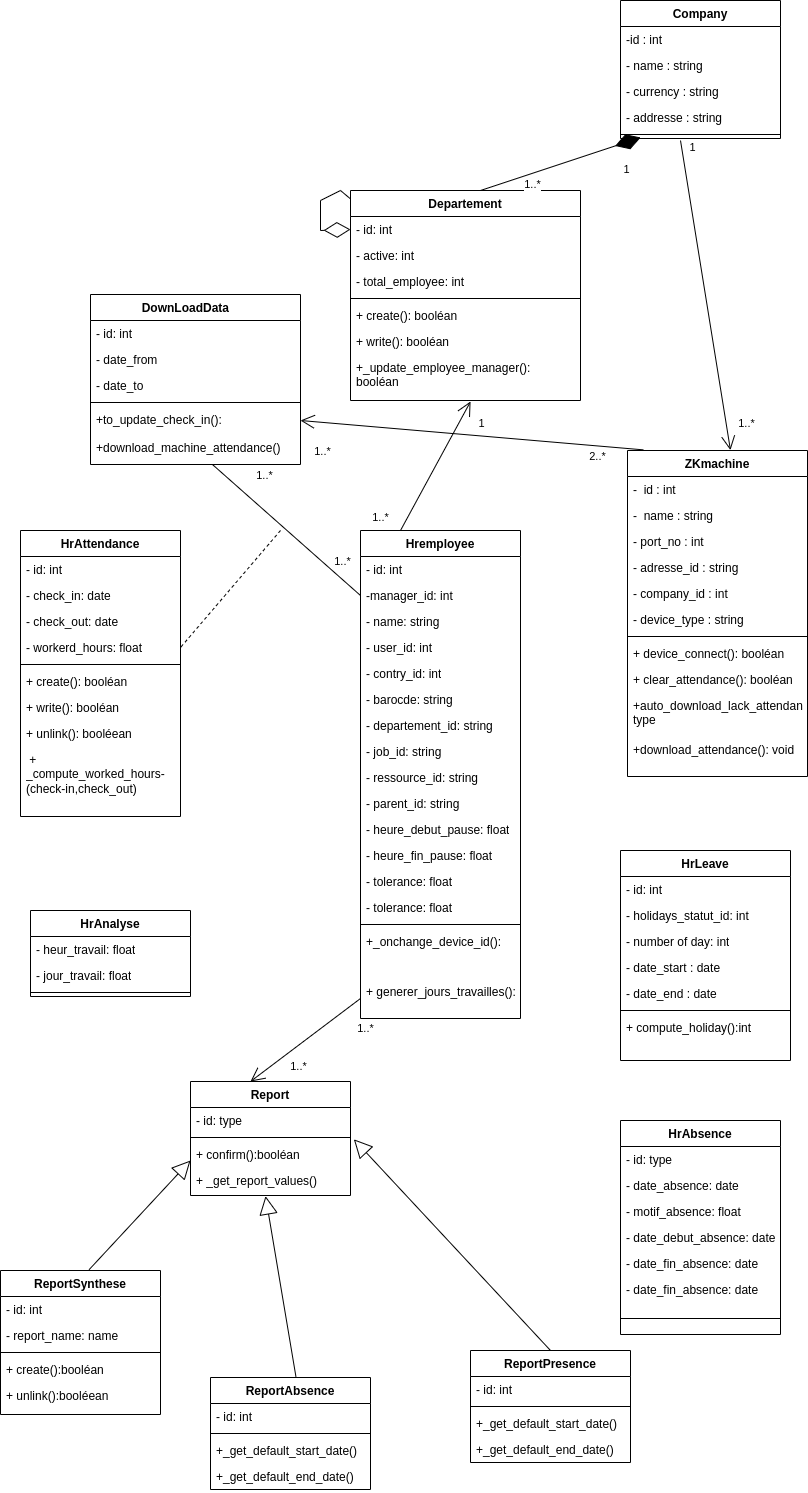
Siluearsene/borne_biometrique keeps this draw.io diagram as static/Diagramme de classe.drawio.png. Above is the earlier version. Source tidied: cells renumbered, new cells last; positions are measured from the earlier drawing's top-left corner, leaving out a move shared by most shapes.
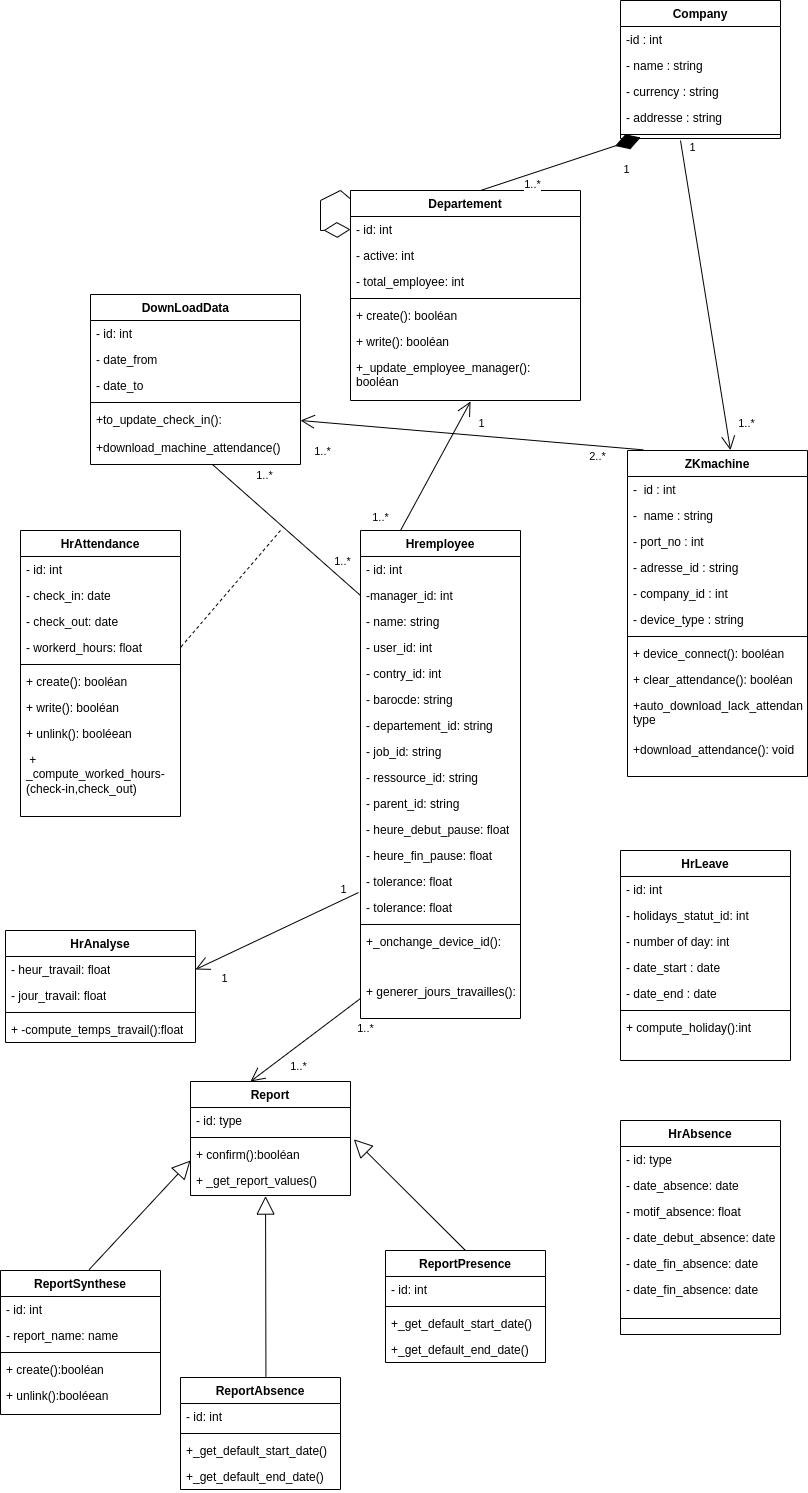
Above is the later version.

Commit message:
Mettre à jour Diagramme de classe.drawio.png

Diff of the diagram source:
```diff
@@ -87,17 +87,20 @@
       <mxGeometry y="164" width="170" height="46" as="geometry" />
     </mxCell>
     <mxCell id="30" value="HrAnalyse" style="swimlane;fontStyle=1;align=center;verticalAlign=top;horizontal=1;startSize=26;whiteSpace=wrap;html=1;" parent="1" vertex="1">
-      <mxGeometry x="30" y="910" width="160" height="86" as="geometry" />
+      <mxGeometry x="5" y="930" width="190" height="112" as="geometry" />
     </mxCell>
     <mxCell id="31" value="- heur_travail: float" style="text;strokeColor=none;fillColor=none;align=left;verticalAlign=top;spacingLeft=4;spacingRight=4;overflow=hidden;points=[[0,0.5],[1,0.5]];portConstraint=eastwest;whiteSpace=wrap;html=1;" parent="30" vertex="1">
-      <mxGeometry y="26" width="160" height="26" as="geometry" />
+      <mxGeometry y="26" width="190" height="26" as="geometry" />
     </mxCell>
     <mxCell id="32" value="- jour_travail: float" style="text;strokeColor=none;fillColor=none;align=left;verticalAlign=top;spacingLeft=4;spacingRight=4;overflow=hidden;whiteSpace=wrap;html=1;" parent="30" vertex="1">
-      <mxGeometry y="52" width="160" height="26" as="geometry" />
+      <mxGeometry y="52" width="190" height="26" as="geometry" />
     </mxCell>
     <mxCell id="33" style="line;strokeWidth=1;fillColor=none;align=left;verticalAlign=middle;spacingTop=-1;spacingLeft=3;spacingRight=3;labelPosition=right;strokeColor=inherit;" parent="30" vertex="1">
-      <mxGeometry y="78" width="160" height="8" as="geometry" />
+      <mxGeometry y="78" width="190" height="8" as="geometry" />
     </mxCell>
+    <mxCell id="127" value="+ -compute_temps_travail():float" style="text;strokeColor=none;fillColor=none;align=left;verticalAlign=top;spacingLeft=4;spacingRight=4;overflow=hidden;whiteSpace=wrap;html=1;" parent="30" vertex="1">
+      <mxGeometry y="86" width="190" height="26" as="geometry" />
+    </mxCell>
     <mxCell id="34" value="Hremployee" style="swimlane;fontStyle=1;align=center;verticalAlign=top;horizontal=1;startSize=26;whiteSpace=wrap;html=1;" parent="1" vertex="1">
       <mxGeometry x="360" y="530" width="160" height="488" as="geometry" />
     </mxCell>
@@ -201,7 +204,7 @@
       <mxGeometry y="112" width="160" height="32" as="geometry" />
     </mxCell>
     <mxCell id="68" value="ReportPresence" style="swimlane;fontStyle=1;align=center;verticalAlign=top;horizontal=1;startSize=26;whiteSpace=wrap;html=1;" parent="1" vertex="1">
-      <mxGeometry x="470" y="1350" width="160" height="112" as="geometry" />
+      <mxGeometry x="385" y="1250" width="160" height="112" as="geometry" />
     </mxCell>
     <mxCell id="69" value="- id: int" style="text;strokeColor=none;fillColor=none;align=left;verticalAlign=top;spacingLeft=4;spacingRight=4;overflow=hidden;whiteSpace=wrap;html=1;" parent="68" vertex="1">
       <mxGeometry y="26" width="160" height="26" as="geometry" />
@@ -237,7 +240,7 @@
       <mxGeometry y="140" width="210" height="30" as="geometry" />
     </mxCell>
     <mxCell id="80" value="ReportAbsence" style="swimlane;fontStyle=1;align=center;verticalAlign=top;horizontal=1;startSize=26;whiteSpace=wrap;html=1;" parent="1" vertex="1">
-      <mxGeometry x="210" y="1377" width="160" height="112" as="geometry" />
+      <mxGeometry x="180" y="1377" width="160" height="112" as="geometry" />
     </mxCell>
     <mxCell id="81" value="- id: int" style="text;strokeColor=none;fillColor=none;align=left;verticalAlign=top;spacingLeft=4;spacingRight=4;overflow=hidden;whiteSpace=wrap;html=1;" parent="80" vertex="1">
       <mxGeometry y="26" width="160" height="26" as="geometry" />
@@ -413,5 +416,18 @@
         <mxPoint x="22" as="offset" />
       </mxGeometry>
     </mxCell>
+    <mxCell id="128" style="endArrow=open;endFill=1;endSize=12;html=1;rounded=0;exitX=-0.012;exitY=0.923;exitDx=0;exitDy=0;exitPerimeter=0;entryX=1;entryY=0.5;entryDx=0;entryDy=0;" parent="1" edge="1" source="47" target="31">
+      <mxGeometry relative="1" as="geometry" />
+    </mxCell>
+    <mxCell id="129" value="1" style="edgeLabel;html=1;align=center;verticalAlign=middle;" parent="128" vertex="1">
+      <mxGeometry x="-0.82" relative="1" as="geometry">
+        <mxPoint x="-1" y="-10" as="offset" />
+      </mxGeometry>
+    </mxCell>
+    <mxCell id="130" value="1" style="edgeLabel;html=1;align=center;verticalAlign=middle;" parent="128" vertex="1">
+      <mxGeometry x="0.84" y="3" relative="1" as="geometry">
+        <mxPoint x="14" y="12" as="offset" />
+      </mxGeometry>
+    </mxCell>
   </root>
 </mxGraphModel>
```
